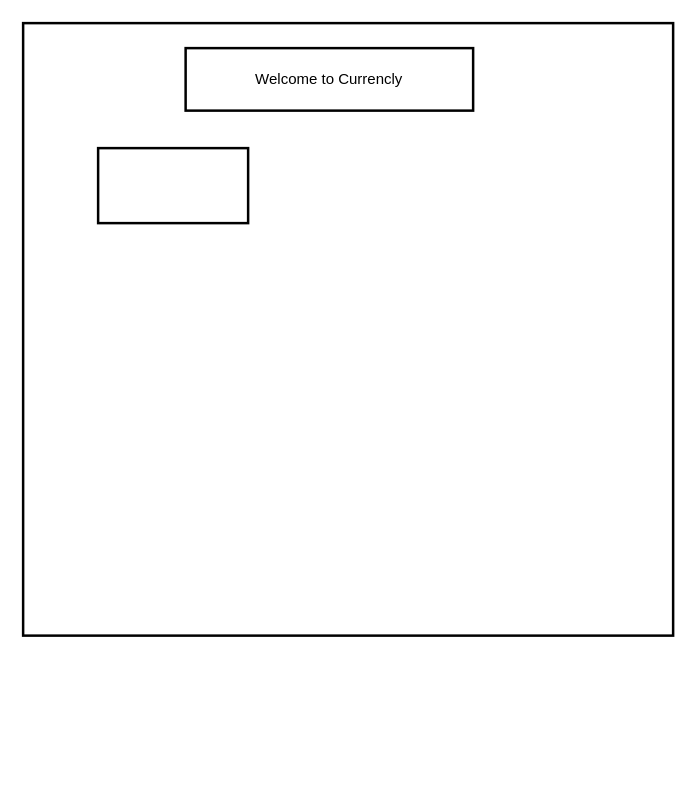
OmarDGreat/Currencly keeps this draw.io diagram as Untitled Diagram.drawio. Above is the earlier version. Source tidied: cells renumbered, new cells numbered last; positions are measured from the earlier drawing's top-left corner, leaving out a move shared by most shapes. Both pictures are drawn from the tidied source at 125%, with x=0, y=0 at pixel (22, 22).
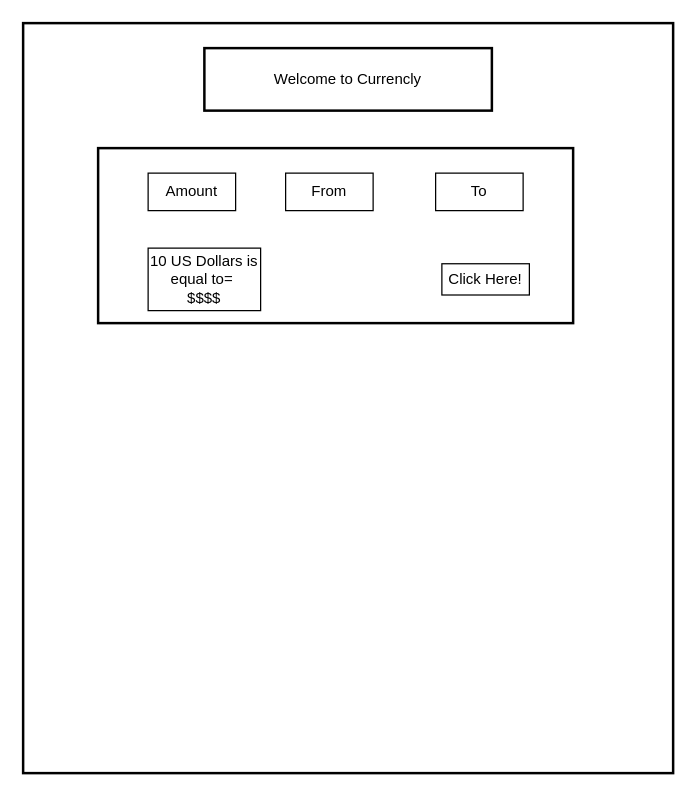
Above is the later version.

The edit, as a diff of the source:
```diff
@@
 <mxGraphModel>
   <root>
     <mxCell id="0" />
     <mxCell id="1" parent="0" />
     <mxCell id="2" style="rounded=0;whiteSpace=wrap;html=1;strokeWidth=2;" parent="1" vertex="1">
-      <mxGeometry width="520" height="490" as="geometry" />
+      <mxGeometry width="520" height="600" as="geometry" />
     </mxCell>
     <mxCell id="3" value="Welcome to Currencly" style="rounded=0;whiteSpace=wrap;html=1;strokeWidth=2;" parent="1" vertex="1">
-      <mxGeometry x="130" y="20" width="230" height="50" as="geometry" />
+      <mxGeometry x="145" y="20" width="230" height="50" as="geometry" />
     </mxCell>
     <mxCell id="4" style="rounded=0;whiteSpace=wrap;html=1;strokeWidth=2;" parent="1" vertex="1">
-      <mxGeometry x="60" y="100" width="120" height="60" as="geometry" />
+      <mxGeometry x="60" y="100" width="380" height="140" as="geometry" />
     </mxCell>
+    <mxCell id="5" value="Amount" style="rounded=0;whiteSpace=wrap;html=1;" parent="1" vertex="1">
+      <mxGeometry x="100" y="120" width="70" height="30" as="geometry" />
+    </mxCell>
+    <mxCell id="6" value="From" style="rounded=0;whiteSpace=wrap;html=1;" parent="1" vertex="1">
+      <mxGeometry x="210" y="120" width="70" height="30" as="geometry" />
+    </mxCell>
+    <mxCell id="7" value="To" style="rounded=0;whiteSpace=wrap;html=1;" parent="1" vertex="1">
+      <mxGeometry x="330" y="120" width="70" height="30" as="geometry" />
+    </mxCell>
+    <mxCell id="8" value="10 US Dollars is equal to=&amp;nbsp;&lt;br&gt;$$$$" style="rounded=0;whiteSpace=wrap;html=1;" parent="1" vertex="1">
+      <mxGeometry x="100" y="180" width="90" height="50" as="geometry" />
+    </mxCell>
+    <mxCell id="9" value="Click Here!" style="rounded=0;whiteSpace=wrap;html=1;" parent="1" vertex="1">
+      <mxGeometry x="335" y="192.5" width="70" height="25" as="geometry" />
+    </mxCell>
   </root>
 </mxGraphModel>
```
